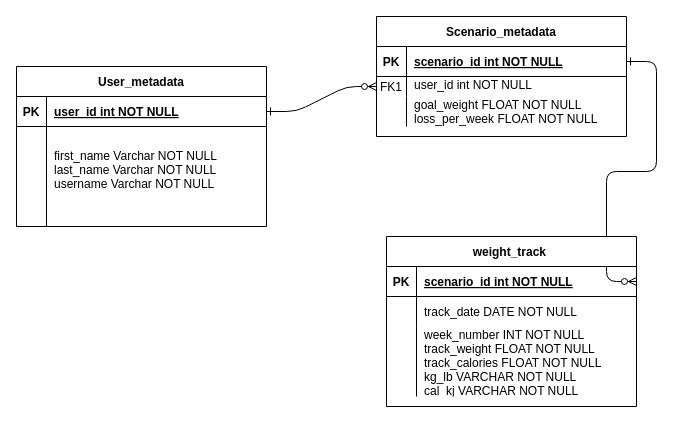
Before: Logic/weightlosspal_db-3.drawio in vermas40/Weightify, a draw.io diagram. Source tidied: cells renumbered, new cells numbered last; positions are measured from the earlier drawing's top-left corner, leaving out a move shared by most shapes. Both pictures are drawn from the tidied source at 100%, with x=0, y=0 at pixel (16, 16).
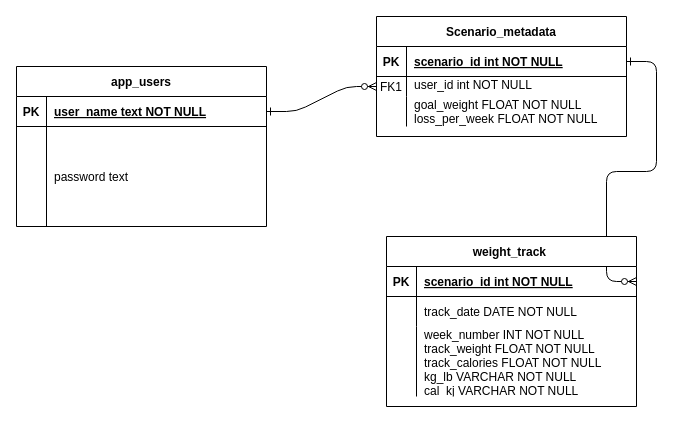
The same diagram, later.

Unchanged cells that the change refers to:
```xml
<mxCell id="15" style="shape=partialRectangle;fillColor=none;points=[[0,0.5],[1,0.5]];portConstraint=eastwest;top=0;left=0;right=0;bottom=1;" parent="14" vertex="1">
  <mxGeometry y="30" width="250" height="30" as="geometry" />
</mxCell>
<mxCell id="18" style="shape=partialRectangle;fillColor=none;top=0;left=0;right=0;bottom=0;" parent="14" vertex="1">
  <mxGeometry y="60" width="250" height="100" as="geometry" />
</mxCell>
```

Diff of the diagram source:
```diff
@@
-    <mxCell id="14" value="User_metadata" style="shape=table;startSize=30;childLayout=tableLayout;rowLines=0;fontStyle=1;align=center;" parent="1" vertex="1">
+    <mxCell id="14" value="app_users" style="shape=table;startSize=30;childLayout=tableLayout;rowLines=0;fontStyle=1;align=center;" parent="1" vertex="1">
       <mxGeometry y="50" width="250" height="160" as="geometry" />
     </mxCell>
@@
-    <mxCell id="17" value="user_id int NOT NULL " style="shape=partialRectangle;overflow=hidden;fillColor=none;top=0;left=0;bottom=0;right=0;align=left;spacingLeft=6;fontStyle=5;" parent="15" vertex="1">
+    <mxCell id="17" value="user_name text NOT NULL " style="shape=partialRectangle;overflow=hidden;fillColor=none;top=0;left=0;bottom=0;right=0;align=left;spacingLeft=6;fontStyle=5;" parent="15" vertex="1">
       <mxGeometry x="30" width="220" height="30" as="geometry" />
     </mxCell>
@@
-    <mxCell id="20" value="first_name Varchar NOT NULL&#10;last_name Varchar NOT NULL&#10;username Varchar NOT NULL&#10;" style="shape=partialRectangle;overflow=hidden;fillColor=none;top=0;left=0;bottom=0;right=0;align=left;spacingLeft=6;" parent="18" vertex="1">
+    <mxCell id="20" value="password text" style="shape=partialRectangle;overflow=hidden;fillColor=none;top=0;left=0;bottom=0;right=0;align=left;spacingLeft=6;" parent="18" vertex="1">
       <mxGeometry x="30" width="220" height="100" as="geometry" />
     </mxCell>
```
